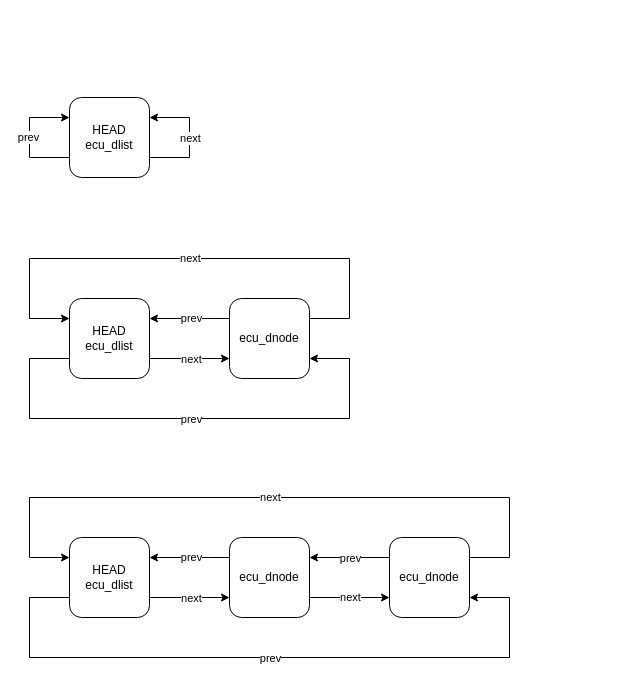
ress059/ecu keeps this draw.io diagram as page "list_vs_node" (1 of 8) of doc/images/dlist/dlist.drawio. Above is the earlier version. Source tidied: cells renumbered, new cells numbered last; positions are measured from the earlier drawing's top-left corner, leaving out a move shared by most shapes. Both pictures are drawn from the tidied source at 100%, with x=0, y=0 at pixel (29, 97).
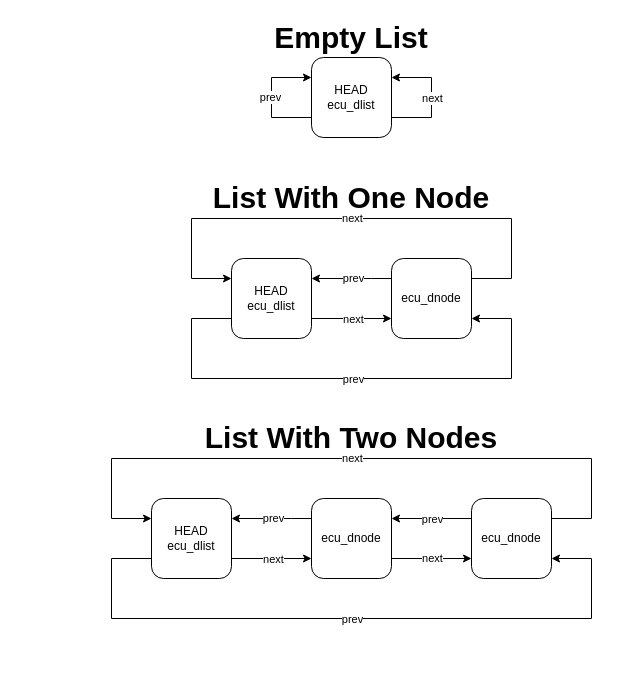
After the change.

Diff of the diagram source:
```diff
@@
     <mxCell id="2" style="edgeStyle=orthogonalEdgeStyle;rounded=0;orthogonalLoop=1;jettySize=auto;html=1;exitX=0;exitY=0.75;exitDx=0;exitDy=0;entryX=0;entryY=0.25;entryDx=0;entryDy=0;" parent="1" edge="1" source="4" target="4">
       <mxGeometry relative="1" as="geometry">
         <Array as="points">
-          <mxPoint y="60" />
-          <mxPoint y="20" />
+          <mxPoint x="242" y="20" />
+          <mxPoint x="242" y="-20" />
         </Array>
       </mxGeometry>
     </mxCell>
@@
     <mxCell id="4" value="HEAD&lt;br&gt;ecu_dlist" style="rounded=1;whiteSpace=wrap;html=1;" parent="1" vertex="1">
-      <mxGeometry x="40" width="80" height="80" as="geometry" />
+      <mxGeometry x="282" y="-40" width="80" height="80" as="geometry" />
     </mxCell>
     <mxCell id="5" style="edgeStyle=orthogonalEdgeStyle;rounded=0;jettySize=auto;html=1;exitX=0;exitY=0.25;exitDx=0;exitDy=0;entryX=1;entryY=0.25;entryDx=0;entryDy=0;" parent="1" edge="1" source="9" target="14">
       <mxGeometry relative="1" as="geometry">
         <Array as="points">
-          <mxPoint x="180" y="221" />
-          <mxPoint x="180" y="221" />
+          <mxPoint x="342" y="181" />
+          <mxPoint x="342" y="181" />
         </Array>
       </mxGeometry>
     </mxCell>
@@
     <mxCell id="7" style="edgeStyle=orthogonalEdgeStyle;rounded=0;jettySize=auto;html=1;exitX=1;exitY=0.25;exitDx=0;exitDy=0;entryX=0;entryY=0.25;entryDx=0;entryDy=0;" parent="1" edge="1" source="9" target="14">
       <mxGeometry relative="1" as="geometry">
         <Array as="points">
-          <mxPoint x="320" y="221" />
-          <mxPoint x="320" y="161" />
-          <mxPoint y="161" />
-          <mxPoint y="221" />
+          <mxPoint x="482" y="181" />
+          <mxPoint x="482" y="121" />
+          <mxPoint x="162" y="121" />
+          <mxPoint x="162" y="181" />
         </Array>
       </mxGeometry>
     </mxCell>
@@
     <mxCell id="9" value="ecu_dnode" style="rounded=1;whiteSpace=wrap;html=1;" parent="1" vertex="1">
-      <mxGeometry x="200" y="201" width="80" height="80" as="geometry" />
+      <mxGeometry x="362" y="161" width="80" height="80" as="geometry" />
     </mxCell>
@@
     <mxCell id="12" style="edgeStyle=orthogonalEdgeStyle;rounded=0;jettySize=auto;html=1;exitX=0;exitY=0.75;exitDx=0;exitDy=0;entryX=1;entryY=0.75;entryDx=0;entryDy=0;" parent="1" edge="1" source="14" target="9">
       <mxGeometry relative="1" as="geometry">
         <Array as="points">
-          <mxPoint y="261" />
-          <mxPoint y="321" />
-          <mxPoint x="320" y="321" />
-          <mxPoint x="320" y="261" />
+          <mxPoint x="162" y="221" />
+          <mxPoint x="162" y="281" />
+          <mxPoint x="482" y="281" />
+          <mxPoint x="482" y="221" />
         </Array>
       </mxGeometry>
     </mxCell>
@@
     <mxCell id="14" value="HEAD&lt;br&gt;ecu_dlist" style="rounded=1;whiteSpace=wrap;html=1;" parent="1" vertex="1">
-      <mxGeometry x="40" y="201" width="80" height="80" as="geometry" />
+      <mxGeometry x="202" y="161" width="80" height="80" as="geometry" />
     </mxCell>
     <mxCell id="15" style="edgeStyle=orthogonalEdgeStyle;rounded=0;orthogonalLoop=1;jettySize=auto;html=1;exitX=1;exitY=0.75;exitDx=0;exitDy=0;entryX=1;entryY=0.25;entryDx=0;entryDy=0;" parent="1" edge="1" source="4" target="4">
       <mxGeometry relative="1" as="geometry">
         <Array as="points">
-          <mxPoint x="160" y="60" />
-          <mxPoint x="160" y="20" />
+          <mxPoint x="402" y="20" />
+          <mxPoint x="402" y="-20" />
         </Array>
       </mxGeometry>
     </mxCell>
@@
     <mxCell id="17" style="edgeStyle=orthogonalEdgeStyle;rounded=0;jettySize=auto;html=1;exitX=0;exitY=0.25;exitDx=0;exitDy=0;entryX=1;entryY=0.25;entryDx=0;entryDy=0;" parent="1" edge="1" source="23" target="28">
       <mxGeometry relative="1" as="geometry">
         <Array as="points">
-          <mxPoint x="180" y="460" />
-          <mxPoint x="180" y="460" />
+          <mxPoint x="262" y="421" />
+          <mxPoint x="262" y="421" />
         </Array>
       </mxGeometry>
     </mxCell>
@@
     <mxCell id="19" style="edgeStyle=orthogonalEdgeStyle;rounded=0;jettySize=auto;html=1;entryX=0;entryY=0.25;entryDx=0;entryDy=0;exitX=1;exitY=0.25;exitDx=0;exitDy=0;" parent="1" edge="1" source="31" target="28">
       <mxGeometry relative="1" as="geometry">
         <Array as="points">
-          <mxPoint x="480" y="460" />
-          <mxPoint x="480" y="400" />
-          <mxPoint y="400" />
-          <mxPoint y="460" />
+          <mxPoint x="562" y="421" />
+          <mxPoint x="562" y="361" />
+          <mxPoint x="82" y="361" />
+          <mxPoint x="82" y="421" />
         </Array>
       </mxGeometry>
     </mxCell>
@@
     <mxCell id="23" value="ecu_dnode" style="rounded=1;whiteSpace=wrap;html=1;" parent="1" vertex="1">
-      <mxGeometry x="200" y="440" width="80" height="80" as="geometry" />
+      <mxGeometry x="282" y="401" width="80" height="80" as="geometry" />
     </mxCell>
@@
     <mxCell id="26" style="edgeStyle=orthogonalEdgeStyle;rounded=0;jettySize=auto;html=1;exitX=0;exitY=0.75;exitDx=0;exitDy=0;entryX=1;entryY=0.75;entryDx=0;entryDy=0;" parent="1" edge="1" source="28" target="31">
       <mxGeometry relative="1" as="geometry">
         <Array as="points">
-          <mxPoint y="500" />
-          <mxPoint y="560" />
-          <mxPoint x="480" y="560" />
-          <mxPoint x="480" y="500" />
+          <mxPoint x="82" y="461" />
+          <mxPoint x="82" y="521" />
+          <mxPoint x="562" y="521" />
+          <mxPoint x="562" y="461" />
         </Array>
       </mxGeometry>
     </mxCell>
@@
     <mxCell id="28" value="HEAD&lt;br&gt;ecu_dlist" style="rounded=1;whiteSpace=wrap;html=1;" parent="1" vertex="1">
-      <mxGeometry x="40" y="440" width="80" height="80" as="geometry" />
+      <mxGeometry x="122" y="401" width="80" height="80" as="geometry" />
     </mxCell>
@@
     <mxCell id="31" value="ecu_dnode" style="rounded=1;whiteSpace=wrap;html=1;" parent="1" vertex="1">
-      <mxGeometry x="360" y="440" width="80" height="80" as="geometry" />
+      <mxGeometry x="442" y="401" width="80" height="80" as="geometry" />
     </mxCell>
+    <mxCell id="32" value="&lt;b&gt;&lt;font style=&quot;font-size: 30px;&quot;&gt;Empty List&lt;/font&gt;&lt;/b&gt;" style="text;html=1;strokeColor=none;fillColor=none;align=center;verticalAlign=middle;whiteSpace=wrap;rounded=0;" parent="1" vertex="1">
+      <mxGeometry x="242" y="-80" width="160" height="40" as="geometry" />
+    </mxCell>
+    <mxCell id="33" value="&lt;b&gt;&lt;font style=&quot;font-size: 30px;&quot;&gt;List With One Node&lt;/font&gt;&lt;/b&gt;" style="text;html=1;strokeColor=none;fillColor=none;align=center;verticalAlign=middle;whiteSpace=wrap;rounded=0;" parent="1" vertex="1">
+      <mxGeometry x="182" y="80" width="280" height="40" as="geometry" />
+    </mxCell>
+    <mxCell id="34" value="&lt;b&gt;&lt;font style=&quot;font-size: 30px;&quot;&gt;List With Two Nodes&lt;/font&gt;&lt;/b&gt;" style="text;html=1;strokeColor=none;fillColor=none;align=center;verticalAlign=middle;whiteSpace=wrap;rounded=0;" parent="1" vertex="1">
+      <mxGeometry x="157" y="320" width="330" height="40" as="geometry" />
+    </mxCell>
```
